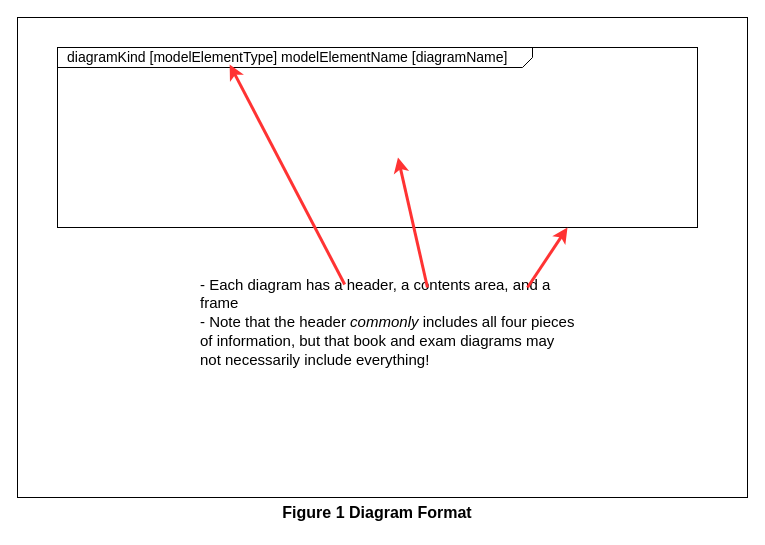
JeffreyWerth/AWS-Architecture-Model-Repository keeps this draw.io diagram as SysML Lessons/SVGs/1_Diagrams.drawio. Above is the earlier version. Source tidied: cells renumbered, new cells numbered last; positions are measured from the earlier drawing's top-left corner, leaving out a move shared by most shapes. Both pictures are drawn from the tidied source at 100%, with x=0, y=0 at pixel (17, 17).
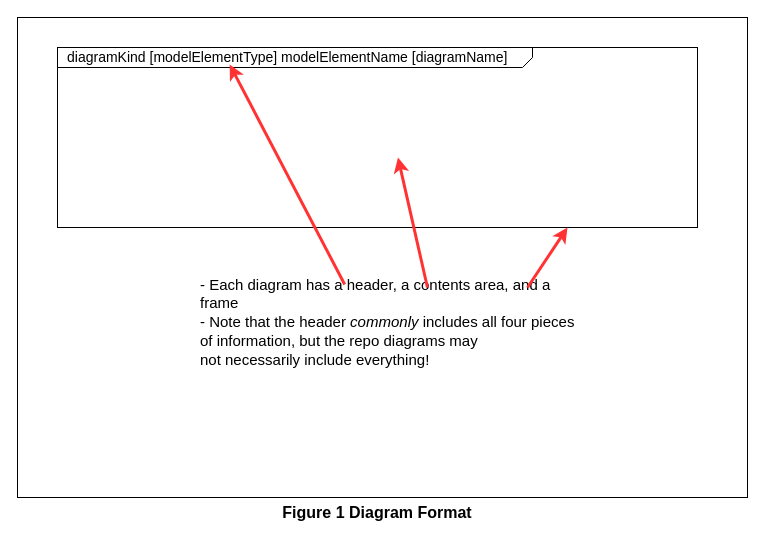
After the change.

Commit message (it also covers changes not shown here):
Updated Diagram Format

Change to the diagram source:
```diff
@@
 <mxGraphModel>
   <root>
     <mxCell id="0" />
     <mxCell id="1" parent="0" />
     <mxCell id="2" style="rounded=0;whiteSpace=wrap;html=1;" parent="1" vertex="1">
       <mxGeometry width="730" height="480" as="geometry" />
     </mxCell>
     <mxCell id="3" value="&lt;font style=&quot;font-size: 16px;&quot;&gt;Figure 1 Diagram Format&lt;/font&gt;" style="text;html=1;strokeColor=none;fillColor=none;align=center;verticalAlign=middle;whiteSpace=wrap;rounded=0;fontStyle=1;fontSize=16;" parent="1" vertex="1">
       <mxGeometry x="240" y="480" width="240" height="30" as="geometry" />
     </mxCell>
     <mxCell id="4" value="&lt;p style=&quot;text-align: left; margin: 4px 0px 0px 10px; line-height: 90%; font-size: 14px;&quot;&gt;&lt;span style=&quot;border-color: var(--border-color);&quot;&gt;diagramKind&lt;/span&gt;&lt;span style=&quot;border-color: var(--border-color);&quot;&gt;&amp;nbsp;[&lt;/span&gt;&lt;span style=&quot;border-color: var(--border-color);&quot;&gt;modelElementType&lt;/span&gt;&lt;span style=&quot;border-color: var(--border-color);&quot;&gt;]&amp;nbsp;&lt;/span&gt;&lt;span style=&quot;border-color: var(--border-color);&quot;&gt;modelElementName&lt;/span&gt;&lt;span style=&quot;border-color: var(--border-color);&quot;&gt;&amp;nbsp;[&lt;/span&gt;&lt;span style=&quot;border-color: var(--border-color);&quot;&gt;diagramName&lt;/span&gt;&lt;span style=&quot;border-color: var(--border-color);&quot;&gt;]&lt;/span&gt;&lt;br&gt;&lt;/p&gt;" style="html=1;shape=mxgraph.sysml.package;html=1;overflow=fill;whiteSpace=wrap;fontSize=16;labelX=475.33;" parent="1" vertex="1">
       <mxGeometry x="40" y="30" width="640" height="180" as="geometry" />
     </mxCell>
-    <mxCell id="5" value="&lt;div style=&quot;font-size: 15px;&quot; class=&quot;O0&quot;&gt;&lt;font style=&quot;font-size: 15px;&quot;&gt;-&amp;nbsp;&lt;span style=&quot;font-family: &amp;quot;Avenir Next LT Pro&amp;quot;;&quot;&gt;Each diagram has a header, a contents area, and a frame&lt;/span&gt;&lt;/font&gt;&lt;/div&gt;&lt;font style=&quot;font-size: 15px;&quot;&gt;&lt;span style=&quot;background-color: initial; font-family: &amp;quot;Avenir Next LT Pro&amp;quot;;&quot;&gt;- Note that the header &lt;/span&gt;&lt;span style=&quot;background-color: initial; font-family: &amp;quot;Avenir Next LT Pro&amp;quot;; font-style: italic;&quot;&gt;commonly&lt;/span&gt;&lt;span style=&quot;background-color: initial; font-family: &amp;quot;Avenir Next LT Pro&amp;quot;;&quot;&gt; includes all four pieces of&amp;nbsp;&lt;/span&gt;&lt;span style=&quot;font-family: &amp;quot;Avenir Next LT Pro&amp;quot;; background-color: initial;&quot;&gt;information, but that book and exam diagrams may not&lt;/span&gt;&lt;span style=&quot;font-family: &amp;quot;Avenir Next LT Pro&amp;quot;; background-color: initial;&quot;&gt;&amp;nbsp;&lt;/span&gt;&lt;span style=&quot;font-family: &amp;quot;Avenir Next LT Pro&amp;quot;; background-color: initial;&quot;&gt;necessarily include everything!&lt;/span&gt;&lt;span style=&quot;font-family: &amp;quot;Avenir Next LT Pro&amp;quot;; background-color: initial;&quot;&gt;&lt;br&gt;&lt;/span&gt;&lt;/font&gt;" style="text;html=1;strokeColor=none;fillColor=none;align=left;verticalAlign=middle;whiteSpace=wrap;rounded=0;fontSize=16;" parent="1" vertex="1">
+    <mxCell id="5" value="&lt;div style=&quot;font-size: 15px;&quot; class=&quot;O0&quot;&gt;&lt;font style=&quot;font-size: 15px;&quot;&gt;-&amp;nbsp;&lt;span style=&quot;font-family: &amp;quot;Avenir Next LT Pro&amp;quot;;&quot;&gt;Each diagram has a header, a contents area, and a frame&lt;/span&gt;&lt;/font&gt;&lt;/div&gt;&lt;font style=&quot;font-size: 15px;&quot;&gt;&lt;span style=&quot;background-color: initial; font-family: &amp;quot;Avenir Next LT Pro&amp;quot;;&quot;&gt;- Note that the header &lt;/span&gt;&lt;span style=&quot;background-color: initial; font-family: &amp;quot;Avenir Next LT Pro&amp;quot;; font-style: italic;&quot;&gt;commonly&lt;/span&gt;&lt;span style=&quot;background-color: initial; font-family: &amp;quot;Avenir Next LT Pro&amp;quot;;&quot;&gt; includes all four pieces of&amp;nbsp;&lt;/span&gt;&lt;span style=&quot;font-family: &amp;quot;Avenir Next LT Pro&amp;quot;; background-color: initial;&quot;&gt;information, but the repo diagrams may not&lt;/span&gt;&lt;span style=&quot;font-family: &amp;quot;Avenir Next LT Pro&amp;quot;; background-color: initial;&quot;&gt;&amp;nbsp;&lt;/span&gt;&lt;span style=&quot;font-family: &amp;quot;Avenir Next LT Pro&amp;quot;; background-color: initial;&quot;&gt;necessarily include everything!&lt;/span&gt;&lt;span style=&quot;font-family: &amp;quot;Avenir Next LT Pro&amp;quot;; background-color: initial;&quot;&gt;&lt;br&gt;&lt;/span&gt;&lt;/font&gt;" style="text;html=1;strokeColor=none;fillColor=none;align=left;verticalAlign=middle;whiteSpace=wrap;rounded=0;fontSize=16;" parent="1" vertex="1">
       <mxGeometry x="181.2" y="240" width="377.5" height="130" as="geometry" />
     </mxCell>
     <mxCell id="6" style="endArrow=classic;html=1;rounded=0;fontSize=15;entryX=0.269;entryY=0.094;entryDx=0;entryDy=0;entryPerimeter=0;strokeColor=#FF3333;strokeWidth=3;" parent="1" edge="1" target="4">
       <mxGeometry relative="1" as="geometry">
         <mxPoint x="327.2" y="267" as="sourcePoint" />
       </mxGeometry>
     </mxCell>
     <mxCell id="7" style="endArrow=classic;html=1;rounded=0;fontSize=15;entryX=0.532;entryY=0.611;entryDx=0;entryDy=0;entryPerimeter=0;strokeWidth=3;strokeColor=#FF3333;exitX=0.606;exitY=0.231;exitDx=0;exitDy=0;exitPerimeter=0;" parent="1" edge="1" source="5" target="4">
       <mxGeometry relative="1" as="geometry" />
     </mxCell>
     <mxCell id="8" style="endArrow=classic;html=1;rounded=0;fontSize=15;entryX=0.253;entryY=0.111;entryDx=0;entryDy=0;entryPerimeter=0;strokeColor=#FF3333;strokeWidth=3;" parent="1" edge="1">
       <mxGeometry relative="1" as="geometry">
         <mxPoint x="510" y="270" as="sourcePoint" />
         <mxPoint x="550" y="210" as="targetPoint" />
       </mxGeometry>
     </mxCell>
   </root>
 </mxGraphModel>
```
